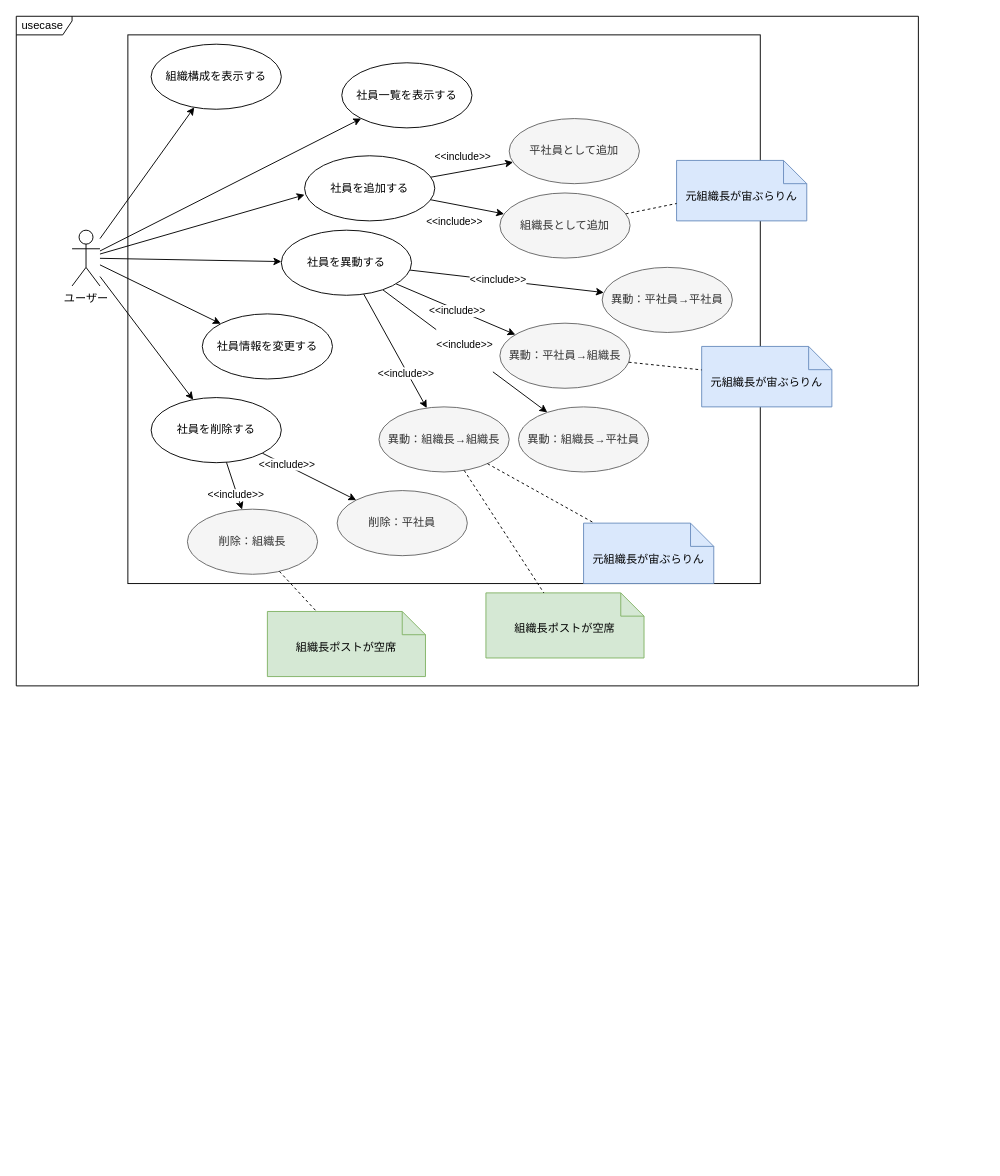
Above: page "ページ1" (1 of 2) of Designs/ユースケース/Usecases.drawio in bosssanovar/LightMvvmSample (draw.io), before the change. Source tidied: cells renumbered, new cells numbered last; positions are measured from the earlier drawing's top-left corner, leaving out a move shared by most shapes. Both pictures are drawn from the tidied source at 93%, with x=0, y=0 at pixel (16, 16).
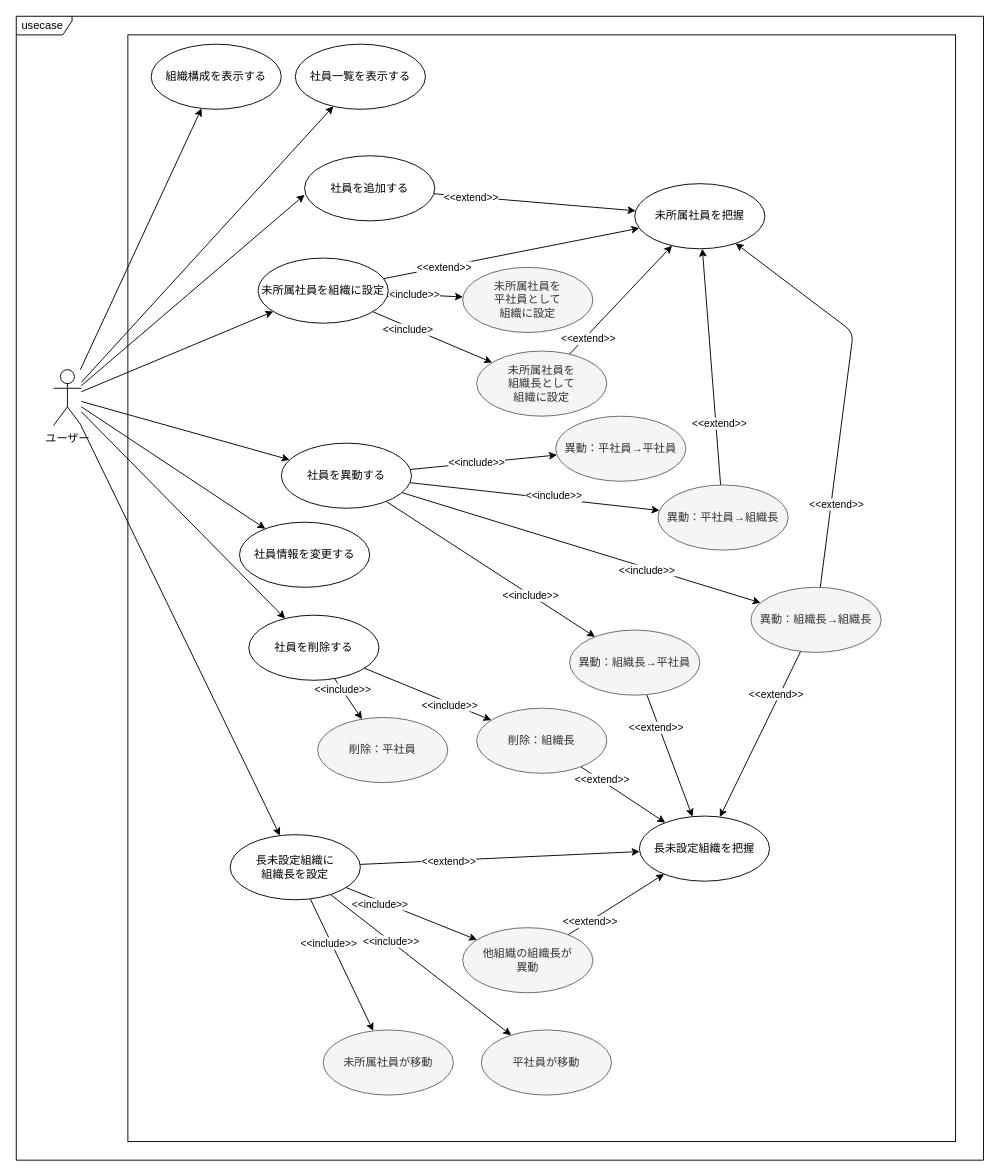
After the change.

Unchanged cells that the change refers to:
```xml
<mxCell id="8" value="社員を追加する" style="ellipse;whiteSpace=wrap;html=1;" parent="1" vertex="1">
  <mxGeometry x="310" y="150" width="140" height="70" as="geometry" />
</mxCell>
```

The edit, as a diff of the source:
```diff
@@
     <mxCell id="2" value="usecase&amp;nbsp;" style="shape=umlFrame;whiteSpace=wrap;html=1;width=60;height=20;swimlaneFillColor=#FFFFFF;" parent="1" vertex="1">
-      <mxGeometry width="970" height="720" as="geometry" />
+      <mxGeometry width="1040" height="1230" as="geometry" />
     </mxCell>
     <mxCell id="3" style="rounded=0;whiteSpace=wrap;html=1;" parent="1" vertex="1">
-      <mxGeometry x="120" y="20" width="680" height="590" as="geometry" />
+      <mxGeometry x="120" y="20" width="890" height="1190" as="geometry" />
     </mxCell>
-    <mxCell id="4" style="edgeStyle=none;html=1;" parent="1" edge="1" source="8" target="31">
-      <mxGeometry relative="1" as="geometry" />
-    </mxCell>
-    <mxCell id="5" value="&amp;lt;&amp;lt;include&amp;gt;&amp;gt;" style="edgeLabel;html=1;align=center;verticalAlign=middle;" parent="4" vertex="1">
-      <mxGeometry x="0.36" relative="1" as="geometry">
-        <mxPoint x="-26" y="-12" as="offset" />
-      </mxGeometry>
-    </mxCell>
-    <mxCell id="6" style="edgeStyle=none;html=1;" parent="1" edge="1" source="8" target="32">
-      <mxGeometry relative="1" as="geometry" />
-    </mxCell>
-    <mxCell id="7" value="&amp;lt;&amp;lt;include&amp;gt;&amp;gt;" style="edgeLabel;html=1;align=center;verticalAlign=middle;" parent="6" vertex="1">
-      <mxGeometry x="0.48" y="-5" relative="1" as="geometry">
-        <mxPoint x="-33" y="7" as="offset" />
-      </mxGeometry>
-    </mxCell>
+    <mxCell id="50" style="edgeStyle=none;html=1;" parent="1" edge="1" source="8" target="65">
+      <mxGeometry relative="1" as="geometry" />
+    </mxCell>
+    <mxCell id="51" value="&amp;lt;&amp;lt;extend&amp;gt;&amp;gt;" style="edgeLabel;html=1;align=center;verticalAlign=middle;" parent="50" vertex="1">
+      <mxGeometry x="-0.62" relative="1" as="geometry">
+        <mxPoint x="-1" as="offset" />
+      </mxGeometry>
+    </mxCell>
@@
-    <mxCell id="13" value="&#10;&lt;span style=&quot;color: rgb(0, 0, 0); font-family: Helvetica; font-size: 11px; font-style: normal; font-variant-ligatures: normal; font-variant-caps: normal; font-weight: 400; letter-spacing: normal; orphans: 2; text-align: center; text-indent: 0px; text-transform: none; widows: 2; word-spacing: 0px; -webkit-text-stroke-width: 0px; background-color: rgb(255, 255, 255); text-decoration-thickness: initial; text-decoration-style: initial; text-decoration-color: initial; float: none; display: inline !important;&quot;&gt;&amp;lt;&amp;lt;include&amp;gt;&amp;gt;&lt;/span&gt;&#10;&#10;" style="edgeStyle=none;html=1;" parent="1" edge="1" source="16" target="35">
-      <mxGeometry relative="1" as="geometry" />
-    </mxCell>
@@
+    <mxCell id="13" style="edgeStyle=none;html=1;" parent="1" edge="1" source="16" target="35">
+      <mxGeometry relative="1" as="geometry" />
+    </mxCell>
+    <mxCell id="52" value="&amp;lt;&amp;lt;include&amp;gt;&amp;gt;" style="edgeLabel;html=1;align=center;verticalAlign=middle;" parent="13" vertex="1">
+      <mxGeometry x="0.38" relative="1" as="geometry" />
+    </mxCell>
     <mxCell id="16" value="社員を異動する" style="ellipse;whiteSpace=wrap;html=1;" parent="1" vertex="1">
-      <mxGeometry x="285" y="230" width="140" height="70" as="geometry" />
+      <mxGeometry x="285" y="459" width="140" height="70" as="geometry" />
     </mxCell>
@@
     <mxCell id="21" value="社員を削除する" style="ellipse;whiteSpace=wrap;html=1;" parent="1" vertex="1">
-      <mxGeometry x="145" y="410" width="140" height="70" as="geometry" />
+      <mxGeometry x="250" y="644" width="140" height="70" as="geometry" />
     </mxCell>
@@
+    <mxCell id="53" style="edgeStyle=none;html=1;" parent="1" edge="1" source="28" target="73">
+      <mxGeometry relative="1" as="geometry" />
+    </mxCell>
+    <mxCell id="54" style="edgeStyle=none;html=1;" parent="1" edge="1" source="28" target="86">
+      <mxGeometry relative="1" as="geometry" />
+    </mxCell>
     <mxCell id="28" value="ユーザー" style="shape=umlActor;verticalLabelPosition=bottom;verticalAlign=top;html=1;" parent="1" vertex="1">
-      <mxGeometry x="60" y="230" width="30" height="60" as="geometry" />
+      <mxGeometry x="40" y="380" width="30" height="60" as="geometry" />
     </mxCell>
     <mxCell id="29" value="社員一覧を表示する" style="ellipse;whiteSpace=wrap;html=1;" parent="1" vertex="1">
-      <mxGeometry x="350" y="50" width="140" height="70" as="geometry" />
+      <mxGeometry x="300" y="30" width="140" height="70" as="geometry" />
     </mxCell>
@@
-    <mxCell id="31" value="平社員として追加" style="ellipse;whiteSpace=wrap;html=1;fillColor=#f5f5f5;fontColor=#333333;strokeColor=#666666;" parent="1" vertex="1">
-      <mxGeometry x="530" y="110" width="140" height="70" as="geometry" />
-    </mxCell>
-    <mxCell id="32" value="組織長として追加" style="ellipse;whiteSpace=wrap;html=1;fillColor=#f5f5f5;fontColor=#333333;strokeColor=#666666;" parent="1" vertex="1">
-      <mxGeometry x="520" y="190" width="140" height="70" as="geometry" />
-    </mxCell>
     <mxCell id="33" value="異動：平社員→平社員" style="ellipse;whiteSpace=wrap;html=1;fillColor=#f5f5f5;fontColor=#333333;strokeColor=#666666;" parent="1" vertex="1">
-      <mxGeometry x="630" y="270" width="140" height="70" as="geometry" />
+      <mxGeometry x="580" y="430" width="140" height="70" as="geometry" />
     </mxCell>
+    <mxCell id="55" style="edgeStyle=none;html=1;" parent="1" edge="1" source="34" target="65">
+      <mxGeometry relative="1" as="geometry" />
+    </mxCell>
+    <mxCell id="56" value="&amp;lt;&amp;lt;extend&amp;gt;&amp;gt;" style="edgeLabel;html=1;align=center;verticalAlign=middle;" parent="55" vertex="1">
+      <mxGeometry x="-0.48" y="-3" relative="1" as="geometry" />
+    </mxCell>
     <mxCell id="34" value="異動：平社員→組織長" style="ellipse;whiteSpace=wrap;html=1;fillColor=#f5f5f5;fontColor=#333333;strokeColor=#666666;" parent="1" vertex="1">
-      <mxGeometry x="520" y="330" width="140" height="70" as="geometry" />
+      <mxGeometry x="690" y="504" width="140" height="70" as="geometry" />
     </mxCell>
+    <mxCell id="57" style="edgeStyle=none;html=1;" parent="1" edge="1" source="35" target="66">
+      <mxGeometry relative="1" as="geometry" />
+    </mxCell>
+    <mxCell id="58" value="&amp;lt;&amp;lt;extend&amp;gt;&amp;gt;" style="edgeLabel;html=1;align=center;verticalAlign=middle;" parent="57" vertex="1">
+      <mxGeometry x="-0.49" y="-3" relative="1" as="geometry" />
+    </mxCell>
     <mxCell id="35" value="異動：組織長→平社員" style="ellipse;whiteSpace=wrap;html=1;fillColor=#f5f5f5;fontColor=#333333;strokeColor=#666666;" parent="1" vertex="1">
-      <mxGeometry x="540" y="420" width="140" height="70" as="geometry" />
+      <mxGeometry x="595" y="660" width="140" height="70" as="geometry" />
     </mxCell>
+    <mxCell id="59" style="edgeStyle=none;html=1;" parent="1" edge="1" source="36" target="66">
+      <mxGeometry relative="1" as="geometry" />
+    </mxCell>
+    <mxCell id="60" value="&amp;lt;&amp;lt;extend&amp;gt;&amp;gt;" style="edgeLabel;html=1;align=center;verticalAlign=middle;" parent="59" vertex="1">
+      <mxGeometry x="-0.46" y="-4" relative="1" as="geometry" />
+    </mxCell>
+    <mxCell id="61" style="edgeStyle=none;html=1;" parent="1" edge="1" source="36" target="65">
+      <mxGeometry relative="1" as="geometry">
+        <Array as="points">
+          <mxPoint x="900" y="340" />
+        </Array>
+      </mxGeometry>
+    </mxCell>
+    <mxCell id="62" value="&amp;lt;&amp;lt;extend&amp;gt;&amp;gt;" style="edgeLabel;html=1;align=center;verticalAlign=middle;" parent="61" vertex="1">
+      <mxGeometry x="-0.58" y="-5" relative="1" as="geometry" />
+    </mxCell>
     <mxCell id="36" value="異動：組織長→組織長" style="ellipse;whiteSpace=wrap;html=1;fillColor=#f5f5f5;fontColor=#333333;strokeColor=#666666;" parent="1" vertex="1">
-      <mxGeometry x="390" y="420" width="140" height="70" as="geometry" />
+      <mxGeometry x="790" y="614" width="140" height="70" as="geometry" />
     </mxCell>
     <mxCell id="37" value="削除：平社員" style="ellipse;whiteSpace=wrap;html=1;fillColor=#f5f5f5;fontColor=#333333;strokeColor=#666666;" parent="1" vertex="1">
-      <mxGeometry x="345" y="510" width="140" height="70" as="geometry" />
+      <mxGeometry x="324" y="754" width="140" height="70" as="geometry" />
     </mxCell>
+    <mxCell id="63" style="edgeStyle=none;html=1;" parent="1" edge="1" source="38" target="66">
+      <mxGeometry relative="1" as="geometry" />
+    </mxCell>
+    <mxCell id="64" value="&amp;lt;&amp;lt;extend&amp;gt;&amp;gt;" style="edgeLabel;html=1;align=center;verticalAlign=middle;" parent="63" vertex="1">
+      <mxGeometry x="-0.51" relative="1" as="geometry">
+        <mxPoint y="-1" as="offset" />
+      </mxGeometry>
+    </mxCell>
     <mxCell id="38" value="削除：組織長" style="ellipse;whiteSpace=wrap;html=1;fillColor=#f5f5f5;fontColor=#333333;strokeColor=#666666;" parent="1" vertex="1">
-      <mxGeometry x="184" y="530" width="140" height="70" as="geometry" />
+      <mxGeometry x="495" y="744" width="140" height="70" as="geometry" />
     </mxCell>
     <mxCell id="39" value="社員情報を変更する" style="ellipse;whiteSpace=wrap;html=1;" parent="1" vertex="1">
-      <mxGeometry x="200" y="320" width="140" height="70" as="geometry" />
+      <mxGeometry x="240" y="544" width="140" height="70" as="geometry" />
     </mxCell>
-    <mxCell id="40" value="元組織長が宙ぶらりん" style="shape=note2;boundedLbl=1;whiteSpace=wrap;html=1;size=25;verticalAlign=top;align=center;fillColor=#dae8fc;strokeColor=#6c8ebf;" parent="1" vertex="1">
-      <mxGeometry x="710" y="155" width="140" height="65" as="geometry" />
-    </mxCell>
-    <mxCell id="41" value="組織長ポストが空席" style="shape=note2;boundedLbl=1;whiteSpace=wrap;html=1;size=25;verticalAlign=top;align=center;fillColor=#d5e8d4;strokeColor=#82b366;" parent="1" vertex="1">
-      <mxGeometry x="270" y="640" width="170" height="70" as="geometry" />
-    </mxCell>
-    <mxCell id="42" style="endArrow=none;dashed=1;html=1;" parent="1" edge="1" source="32" target="40">
-      <mxGeometry relative="1" as="geometry" />
-    </mxCell>
-    <mxCell id="43" value="元組織長が宙ぶらりん" style="shape=note2;boundedLbl=1;whiteSpace=wrap;html=1;size=25;verticalAlign=top;align=center;fillColor=#dae8fc;strokeColor=#6c8ebf;" parent="1" vertex="1">
-      <mxGeometry x="737" y="355" width="140" height="65" as="geometry" />
-    </mxCell>
-    <mxCell id="44" value="組織長ポストが空席" style="shape=note2;boundedLbl=1;whiteSpace=wrap;html=1;size=25;verticalAlign=top;align=center;fillColor=#d5e8d4;strokeColor=#82b366;" parent="1" vertex="1">
-      <mxGeometry x="505" y="620" width="170" height="70" as="geometry" />
-    </mxCell>
-    <mxCell id="45" value="元組織長が宙ぶらりん" style="shape=note2;boundedLbl=1;whiteSpace=wrap;html=1;size=25;verticalAlign=top;align=center;fillColor=#dae8fc;strokeColor=#6c8ebf;" parent="1" vertex="1">
-      <mxGeometry x="610" y="545" width="140" height="65" as="geometry" />
-    </mxCell>
-    <mxCell id="46" style="endArrow=none;dashed=1;html=1;" parent="1" edge="1" source="34" target="43">
-      <mxGeometry relative="1" as="geometry" />
-    </mxCell>
-    <mxCell id="47" style="endArrow=none;dashed=1;html=1;" parent="1" edge="1" source="36" target="45">
-      <mxGeometry relative="1" as="geometry" />
-    </mxCell>
-    <mxCell id="48" style="endArrow=none;dashed=1;html=1;" parent="1" edge="1" source="36" target="44">
-      <mxGeometry relative="1" as="geometry" />
-    </mxCell>
-    <mxCell id="49" style="endArrow=none;dashed=1;html=1;" parent="1" edge="1" source="38" target="41">
-      <mxGeometry relative="1" as="geometry" />
-    </mxCell>
+    <mxCell id="65" value="未所属社員を把握" style="ellipse;whiteSpace=wrap;html=1;" parent="1" vertex="1">
+      <mxGeometry x="665" y="180" width="140" height="70" as="geometry" />
+    </mxCell>
+    <mxCell id="66" value="長未設定組織を把握" style="ellipse;whiteSpace=wrap;html=1;" parent="1" vertex="1">
+      <mxGeometry x="670" y="860" width="140" height="70" as="geometry" />
+    </mxCell>
+    <mxCell id="67" style="edgeStyle=none;html=1;" parent="1" edge="1" source="73" target="74">
+      <mxGeometry relative="1" as="geometry" />
+    </mxCell>
+    <mxCell id="68" value="&amp;lt;&amp;lt;include&amp;gt;&amp;gt;" style="edgeLabel;html=1;align=center;verticalAlign=middle;" parent="67" vertex="1">
+      <mxGeometry x="-0.39" y="1" relative="1" as="geometry" />
+    </mxCell>
+    <mxCell id="69" style="edgeStyle=none;html=1;" parent="1" edge="1" source="73" target="77">
+      <mxGeometry relative="1" as="geometry" />
+    </mxCell>
+    <mxCell id="70" value="&amp;lt;&amp;lt;include&amp;gt;" style="edgeLabel;html=1;align=center;verticalAlign=middle;" parent="69" vertex="1">
+      <mxGeometry x="-0.4" y="-3" relative="1" as="geometry" />
+    </mxCell>
+    <mxCell id="71" style="edgeStyle=none;html=1;" parent="1" edge="1" source="73" target="65">
+      <mxGeometry relative="1" as="geometry" />
+    </mxCell>
+    <mxCell id="72" value="&amp;lt;&amp;lt;extend&amp;gt;&amp;gt;" style="edgeLabel;html=1;align=center;verticalAlign=middle;" parent="71" vertex="1">
+      <mxGeometry x="-0.53" relative="1" as="geometry" />
+    </mxCell>
+    <mxCell id="73" value="未所属社員を組織に設定" style="ellipse;whiteSpace=wrap;html=1;" parent="1" vertex="1">
+      <mxGeometry x="260" y="260" width="140" height="70" as="geometry" />
+    </mxCell>
+    <mxCell id="74" value="未所属社員を&lt;br&gt;平社員として&lt;br&gt;組織に設定" style="ellipse;whiteSpace=wrap;html=1;fillColor=#f5f5f5;fontColor=#333333;strokeColor=#666666;" parent="1" vertex="1">
+      <mxGeometry x="480" y="270" width="140" height="70" as="geometry" />
+    </mxCell>
+    <mxCell id="75" style="edgeStyle=none;html=1;" parent="1" edge="1" source="77" target="65">
+      <mxGeometry relative="1" as="geometry" />
+    </mxCell>
+    <mxCell id="76" value="&amp;lt;&amp;lt;extend&amp;gt;&amp;gt;" style="edgeLabel;html=1;align=center;verticalAlign=middle;" parent="75" vertex="1">
+      <mxGeometry x="-0.67" y="-3" relative="1" as="geometry" />
+    </mxCell>
+    <mxCell id="77" value="未所属社員を&lt;br&gt;組織長として&lt;br&gt;組織に設定" style="ellipse;whiteSpace=wrap;html=1;fillColor=#f5f5f5;fontColor=#333333;strokeColor=#666666;" parent="1" vertex="1">
+      <mxGeometry x="495" y="360" width="140" height="70" as="geometry" />
+    </mxCell>
+    <mxCell id="78" style="edgeStyle=none;html=1;" parent="1" edge="1" source="86" target="66">
+      <mxGeometry relative="1" as="geometry" />
+    </mxCell>
+    <mxCell id="79" value="&amp;lt;&amp;lt;extend&amp;gt;&amp;gt;" style="edgeLabel;html=1;align=center;verticalAlign=middle;" parent="78" vertex="1">
+      <mxGeometry x="-0.37" y="-1" relative="1" as="geometry" />
+    </mxCell>
+    <mxCell id="80" style="edgeStyle=none;html=1;" parent="1" edge="1" source="86" target="89">
+      <mxGeometry relative="1" as="geometry" />
+    </mxCell>
+    <mxCell id="81" value="&amp;lt;&amp;lt;include&amp;gt;&amp;gt;" style="edgeLabel;html=1;align=center;verticalAlign=middle;" parent="80" vertex="1">
+      <mxGeometry x="-0.47" y="-3" relative="1" as="geometry" />
+    </mxCell>
+    <mxCell id="82" style="edgeStyle=none;html=1;" parent="1" edge="1" source="86" target="90">
+      <mxGeometry relative="1" as="geometry" />
+    </mxCell>
+    <mxCell id="83" value="&amp;lt;&amp;lt;include&amp;gt;&amp;gt;" style="edgeLabel;html=1;align=center;verticalAlign=middle;" parent="82" vertex="1">
+      <mxGeometry x="-0.33" relative="1" as="geometry" />
+    </mxCell>
+    <mxCell id="84" style="edgeStyle=none;html=1;" parent="1" edge="1" source="86" target="91">
+      <mxGeometry relative="1" as="geometry" />
+    </mxCell>
+    <mxCell id="85" value="&amp;lt;&amp;lt;include&amp;gt;&amp;gt;" style="edgeLabel;html=1;align=center;verticalAlign=middle;" parent="84" vertex="1">
+      <mxGeometry x="-0.35" y="-3" relative="1" as="geometry" />
+    </mxCell>
+    <mxCell id="86" value="長未設定組織に&lt;br&gt;組織長を設定" style="ellipse;whiteSpace=wrap;html=1;" parent="1" vertex="1">
+      <mxGeometry x="230" y="880" width="140" height="70" as="geometry" />
+    </mxCell>
+    <mxCell id="87" style="edgeStyle=none;html=1;" parent="1" edge="1" source="89" target="66">
+      <mxGeometry relative="1" as="geometry" />
+    </mxCell>
+    <mxCell id="88" value="&amp;lt;&amp;lt;extend&amp;gt;&amp;gt;" style="edgeLabel;html=1;align=center;verticalAlign=middle;" parent="87" vertex="1">
+      <mxGeometry x="-0.55" relative="1" as="geometry" />
+    </mxCell>
+    <mxCell id="89" value="他組織の組織長が&lt;br&gt;異動" style="ellipse;whiteSpace=wrap;html=1;fillColor=#f5f5f5;fontColor=#333333;strokeColor=#666666;" parent="1" vertex="1">
+      <mxGeometry x="480" y="980" width="140" height="70" as="geometry" />
+    </mxCell>
+    <mxCell id="90" value="平社員が移動" style="ellipse;whiteSpace=wrap;html=1;fillColor=#f5f5f5;fontColor=#333333;strokeColor=#666666;" parent="1" vertex="1">
+      <mxGeometry x="500" y="1090" width="140" height="70" as="geometry" />
+    </mxCell>
+    <mxCell id="91" value="未所属社員が移動" style="ellipse;whiteSpace=wrap;html=1;fillColor=#f5f5f5;fontColor=#333333;strokeColor=#666666;" parent="1" vertex="1">
+      <mxGeometry x="330" y="1090" width="140" height="70" as="geometry" />
+    </mxCell>
```
